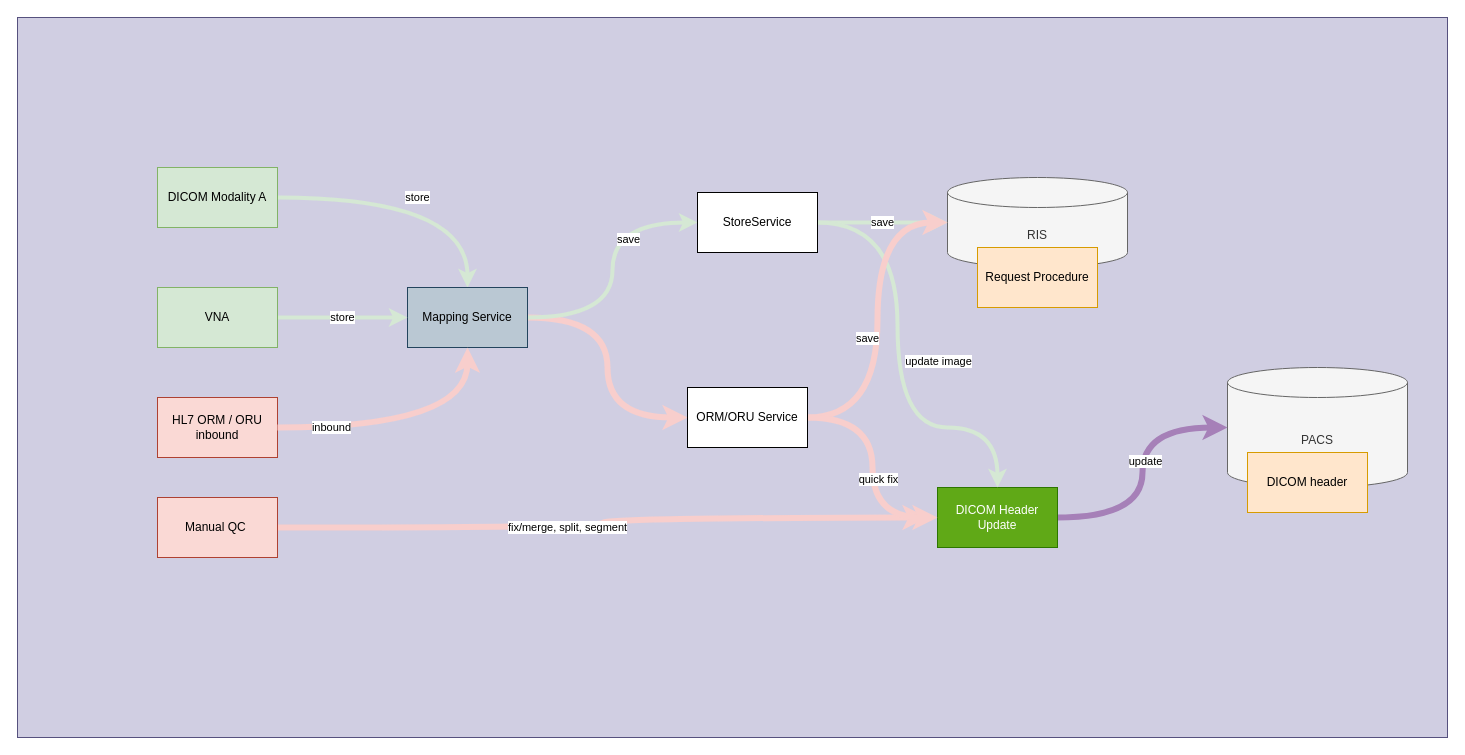
Above: dicom update.drawio in comsmall/None (draw.io), before the change. Source tidied: cells renumbered, new cells numbered last; positions are measured from the earlier drawing's top-left corner, leaving out a move shared by most shapes. Both pictures are drawn from the tidied source at 100%, with x=0, y=0 at pixel (17, 17).
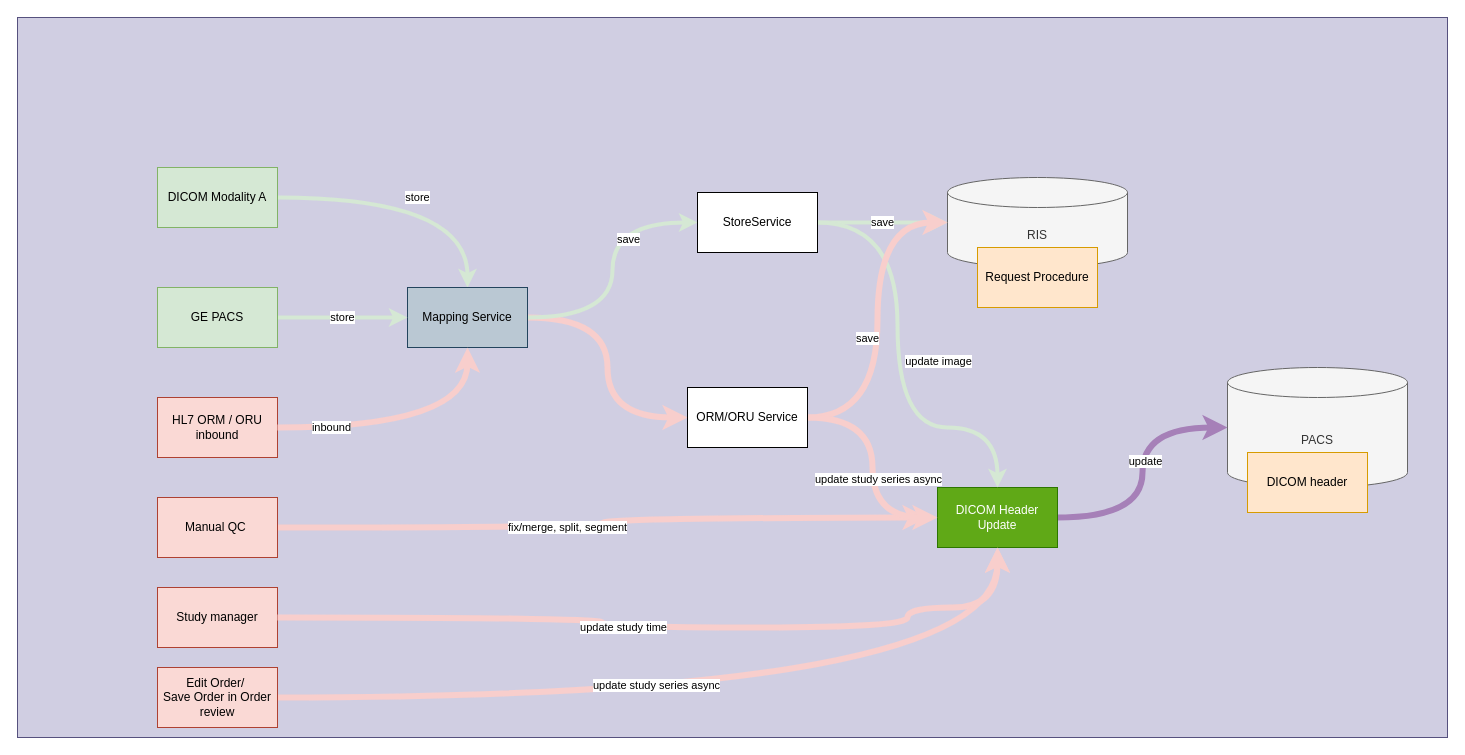
Above is the later version.

Unchanged cells that the change refers to:
```xml
<mxCell id="20" value="DICOM Header Update" style="rounded=0;whiteSpace=wrap;html=1;labelBackgroundColor=none;fillColor=#60a917;strokeColor=#2D7600;fontColor=#ffffff;" parent="1" vertex="1">
  <mxGeometry x="920" y="470" width="120" height="60" as="geometry" />
</mxCell>
<mxCell id="29" style="edgeStyle=orthogonalEdgeStyle;jettySize=auto;html=1;entryX=0;entryY=0.5;entryDx=0;entryDy=0;strokeColor=#F8CECC;curved=1;strokeWidth=6;fillColor=#fad9d5;" parent="1" edge="1" source="31" target="20">
  <mxGeometry relative="1" as="geometry" />
</mxCell>
```

Diff of the diagram source:
```diff
@@
-    <mxCell id="14" value="VNA" style="rounded=0;whiteSpace=wrap;html=1;fillColor=#d5e8d4;strokeColor=#82b366;" parent="1" vertex="1">
+    <mxCell id="14" value="GE PACS" style="rounded=0;whiteSpace=wrap;html=1;fillColor=#d5e8d4;strokeColor=#82b366;" parent="1" vertex="1">
       <mxGeometry x="140" y="270" width="120" height="60" as="geometry" />
     </mxCell>
@@
-    <mxCell id="30" value="quick fix" style="edgeLabel;html=1;align=center;verticalAlign=middle;" parent="29" vertex="1">
+    <mxCell id="30" value="update study series async" style="edgeLabel;html=1;align=center;verticalAlign=middle;" parent="29" vertex="1">
       <mxGeometry x="-0.1" y="5" relative="1" as="geometry">
         <mxPoint y="22" as="offset" />
       </mxGeometry>
     </mxCell>
@@
+    <mxCell id="32" value="Study manager" style="rounded=0;whiteSpace=wrap;html=1;labelBackgroundColor=none;fillColor=#fad9d5;strokeColor=#ae4132;" parent="1" vertex="1">
+      <mxGeometry x="140" y="570" width="120" height="60" as="geometry" />
+    </mxCell>
+    <mxCell id="33" value="update study time" style="edgeStyle=orthogonalEdgeStyle;jettySize=auto;html=1;strokeWidth=6;fillColor=#fad9d5;curved=1;strokeColor=#F8CECC;" parent="1" edge="1" target="20">
+      <mxGeometry x="-0.12" relative="1" as="geometry">
+        <mxPoint x="260" y="600" as="sourcePoint" />
+        <Array as="points">
+          <mxPoint x="585" y="600" />
+          <mxPoint x="585" y="610" />
+          <mxPoint x="890" y="610" />
+          <mxPoint x="890" y="590" />
+          <mxPoint x="980" y="590" />
+        </Array>
+      </mxGeometry>
+    </mxCell>
+    <mxCell id="34" style="edgeStyle=orthogonalEdgeStyle;curved=1;jettySize=auto;html=1;entryX=0.5;entryY=1;entryDx=0;entryDy=0;strokeWidth=6;strokeColor=#F8CECC;" parent="1" edge="1" source="36" target="20">
+      <mxGeometry relative="1" as="geometry" />
+    </mxCell>
+    <mxCell id="35" value="update study series async" style="edgeLabel;html=1;align=center;verticalAlign=middle;" parent="34" vertex="1">
+      <mxGeometry x="-0.13" y="13" relative="1" as="geometry" />
+    </mxCell>
+    <mxCell id="36" value="Edit Order/&amp;nbsp;&lt;br&gt;Save Order in Order review" style="rounded=0;whiteSpace=wrap;html=1;fillColor=#fad9d5;strokeColor=#ae4132;" parent="1" vertex="1">
+      <mxGeometry x="140" y="650" width="120" height="60" as="geometry" />
+    </mxCell>
```
